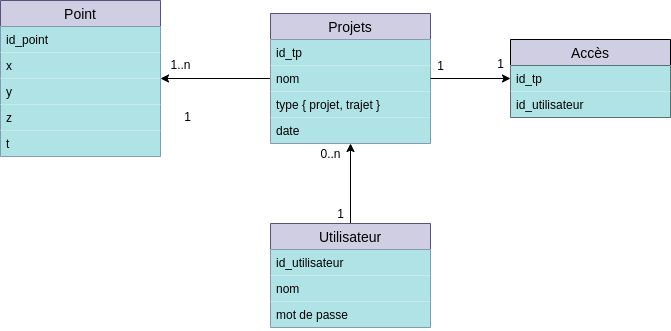
The draw.io diagram Rapport/images/bdd.png in wiyochi/Projet-ZZ2, before a commit. Source tidied: cells renumbered, new cells last; positions are measured from the earlier drawing's top-left corner, leaving out a move shared by most shapes.
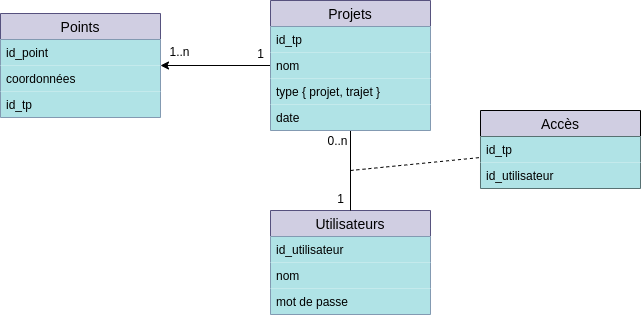
The same diagram one commit later.

Commit message:
schéma bdd et sequence

The edit, as a diff of the source:
```diff
@@ -2,20 +2,7 @@
   <root>
     <mxCell id="0" />
     <mxCell id="1" parent="0" />
-    <mxCell id="2" style="edgeStyle=orthogonalEdgeStyle;rounded=0;jettySize=auto;html=1;" parent="1" edge="1" source="5" target="15">
-      <mxGeometry relative="1" as="geometry" />
-    </mxCell>
-    <mxCell id="3" value="1" style="text;html=1;align=center;verticalAlign=middle;labelBackgroundColor=#ffffff;" parent="2" vertex="1">
-      <mxGeometry x="0.25" y="-3" relative="1" as="geometry">
-        <mxPoint x="-13" y="39.7" as="offset" />
-      </mxGeometry>
-    </mxCell>
-    <mxCell id="4" value="0..n" style="text;html=1;align=center;verticalAlign=middle;labelBackgroundColor=#ffffff;" parent="2" vertex="1">
-      <mxGeometry x="0.3" y="2" relative="1" as="geometry">
-        <mxPoint x="-18" y="-18.3" as="offset" />
-      </mxGeometry>
-    </mxCell>
-    <mxCell id="5" value="Utilisateur" style="swimlane;fontStyle=0;horizontal=1;startSize=26;fillColor=#d0cee2;swimlaneFillColor=#ffffff;align=center;fontSize=14;strokeColor=#56517e;" parent="1" vertex="1">
+    <mxCell id="5" value="Utilisateurs" style="swimlane;fontStyle=0;horizontal=1;startSize=26;fillColor=#d0cee2;swimlaneFillColor=#ffffff;align=center;fontSize=14;strokeColor=#56517e;" parent="1" vertex="1">
       <mxGeometry x="270" y="223" width="160" height="104" as="geometry" />
     </mxCell>
     <mxCell id="6" value="id_utilisateur" style="text;strokeColor=none;fillColor=#b0e3e6;spacingLeft=4;spacingRight=4;overflow=hidden;fontSize=12;" parent="5" vertex="1">
@@ -28,7 +15,7 @@
       <mxGeometry y="78" width="160" height="26" as="geometry" />
     </mxCell>
     <mxCell id="9" value="Accès" style="swimlane;fontStyle=0;horizontal=1;startSize=26;fillColor=#d0cee2;swimlaneFillColor=#ffffff;align=center;fontSize=14;strokeColor=#000000;" parent="1" vertex="1">
-      <mxGeometry x="510" y="39" width="160" height="78" as="geometry" />
+      <mxGeometry x="480" y="123" width="160" height="78" as="geometry" />
     </mxCell>
     <mxCell id="10" value="id_tp" style="text;strokeColor=none;fillColor=#b0e3e6;spacingLeft=4;spacingRight=4;overflow=hidden;fontSize=12;gradientColor=none;" parent="9" vertex="1">
       <mxGeometry y="26" width="160" height="26" as="geometry" />
@@ -41,7 +28,7 @@
     </mxCell>
     <mxCell id="13" value="1" style="text;html=1;align=center;verticalAlign=middle;labelBackgroundColor=#ffffff;" parent="12" vertex="1">
       <mxGeometry x="0.32" y="-1" relative="1" as="geometry">
-        <mxPoint x="-11" y="39" as="offset" />
+        <mxPoint x="62.5" y="-11" as="offset" />
       </mxGeometry>
     </mxCell>
     <mxCell id="14" value="1..n" style="text;html=1;align=center;verticalAlign=middle;labelBackgroundColor=#ffffff;" parent="12" vertex="1">
@@ -49,6 +36,19 @@
         <mxPoint x="-21" y="-13.1" as="offset" />
       </mxGeometry>
     </mxCell>
+    <mxCell id="29" style="edgeStyle=orthogonalEdgeStyle;rounded=0;jettySize=auto;html=1;endArrow=none;endFill=0;" parent="1" edge="1" source="15" target="5">
+      <mxGeometry relative="1" as="geometry" />
+    </mxCell>
+    <mxCell id="4" value="0..n" style="text;html=1;align=center;verticalAlign=middle;labelBackgroundColor=#ffffff;" parent="29" vertex="1">
+      <mxGeometry x="-0.74" relative="1" as="geometry">
+        <mxPoint x="-13" as="offset" />
+      </mxGeometry>
+    </mxCell>
+    <mxCell id="30" value="1" style="text;html=1;align=center;verticalAlign=middle;labelBackgroundColor=#ffffff;" parent="29" vertex="1">
+      <mxGeometry x="0.7" y="-1" relative="1" as="geometry">
+        <mxPoint x="-9" as="offset" />
+      </mxGeometry>
+    </mxCell>
     <mxCell id="15" value="Projets" style="swimlane;fontStyle=0;horizontal=1;startSize=26;fillColor=#d0cee2;swimlaneFillColor=#ffffff;align=center;fontSize=14;strokeColor=#56517e;" parent="1" vertex="1">
       <mxGeometry x="270" y="13" width="160" height="130" as="geometry" />
     </mxCell>
@@ -64,36 +64,22 @@
     <mxCell id="19" value="date" style="text;strokeColor=none;fillColor=#b0e3e6;spacingLeft=4;spacingRight=4;overflow=hidden;fontSize=12;" parent="15" vertex="1">
       <mxGeometry y="104" width="160" height="26" as="geometry" />
     </mxCell>
-    <mxCell id="20" value="Point" style="swimlane;fontStyle=0;horizontal=1;startSize=26;fillColor=#d0cee2;swimlaneFillColor=#ffffff;align=center;fontSize=14;strokeColor=#56517e;" parent="1" vertex="1">
-      <mxGeometry width="160" height="156" as="geometry" />
+    <mxCell id="20" value="Points" style="swimlane;fontStyle=0;horizontal=1;startSize=26;fillColor=#d0cee2;swimlaneFillColor=#ffffff;align=center;fontSize=14;strokeColor=#56517e;" parent="1" vertex="1">
+      <mxGeometry y="26" width="160" height="104" as="geometry" />
     </mxCell>
     <mxCell id="21" value="id_point" style="text;strokeColor=none;fillColor=#b0e3e6;spacingLeft=4;spacingRight=4;overflow=hidden;fontSize=12;" parent="20" vertex="1">
       <mxGeometry y="26" width="160" height="26" as="geometry" />
     </mxCell>
-    <mxCell id="22" value="x" style="text;strokeColor=none;fillColor=#b0e3e6;spacingLeft=4;spacingRight=4;overflow=hidden;fontSize=12;" parent="20" vertex="1">
-      <mxGeometry y="52" width="160" height="26" as="geometry" />
-    </mxCell>
-    <mxCell id="23" value="y" style="text;strokeColor=none;fillColor=#b0e3e6;spacingLeft=4;spacingRight=4;overflow=hidden;fontSize=12;" parent="20" vertex="1">
-      <mxGeometry y="78" width="160" height="26" as="geometry" />
-    </mxCell>
-    <mxCell id="24" value="z" style="text;strokeColor=none;fillColor=#b0e3e6;spacingLeft=4;spacingRight=4;overflow=hidden;fontSize=12;" parent="20" vertex="1">
-      <mxGeometry y="104" width="160" height="26" as="geometry" />
-    </mxCell>
-    <mxCell id="25" value="t" style="text;strokeColor=none;fillColor=#b0e3e6;spacingLeft=4;spacingRight=4;overflow=hidden;fontSize=12;" parent="20" vertex="1">
-      <mxGeometry y="130" width="160" height="26" as="geometry" />
-    </mxCell>
-    <mxCell id="26" style="edgeStyle=orthogonalEdgeStyle;rounded=0;jettySize=auto;html=1;" parent="1" edge="1" source="17" target="9">
-      <mxGeometry relative="1" as="geometry" />
-    </mxCell>
-    <mxCell id="27" value="1" style="text;html=1;align=center;verticalAlign=middle;labelBackgroundColor=#ffffff;" parent="26" vertex="1">
-      <mxGeometry x="-0.26" y="-1" relative="1" as="geometry">
-        <mxPoint x="-19.7" y="-14" as="offset" />
-      </mxGeometry>
-    </mxCell>
-    <mxCell id="28" value="1" style="text;html=1;align=center;verticalAlign=middle;labelBackgroundColor=#ffffff;" parent="26" vertex="1">
-      <mxGeometry x="0.24" relative="1" as="geometry">
-        <mxPoint x="20.3" y="-15" as="offset" />
-      </mxGeometry>
-    </mxCell>
+    <mxCell id="31" value="coordonnées" style="text;strokeColor=none;fillColor=#b0e3e6;spacingLeft=4;spacingRight=4;overflow=hidden;fontSize=12;" parent="20" vertex="1">
+      <mxGeometry y="52" width="160" height="26" as="geometry" />
+    </mxCell>
+    <mxCell id="32" value="id_tp" style="text;strokeColor=none;fillColor=#b0e3e6;spacingLeft=4;spacingRight=4;overflow=hidden;fontSize=12;" parent="20" vertex="1">
+      <mxGeometry y="78" width="160" height="26" as="geometry" />
+    </mxCell>
+    <mxCell id="33" style="endArrow=none;dashed=1;html=1;" parent="1" edge="1" target="9">
+      <mxGeometry relative="1" as="geometry">
+        <mxPoint x="350" y="183" as="sourcePoint" />
+      </mxGeometry>
+    </mxCell>
   </root>
 </mxGraphModel>
```
